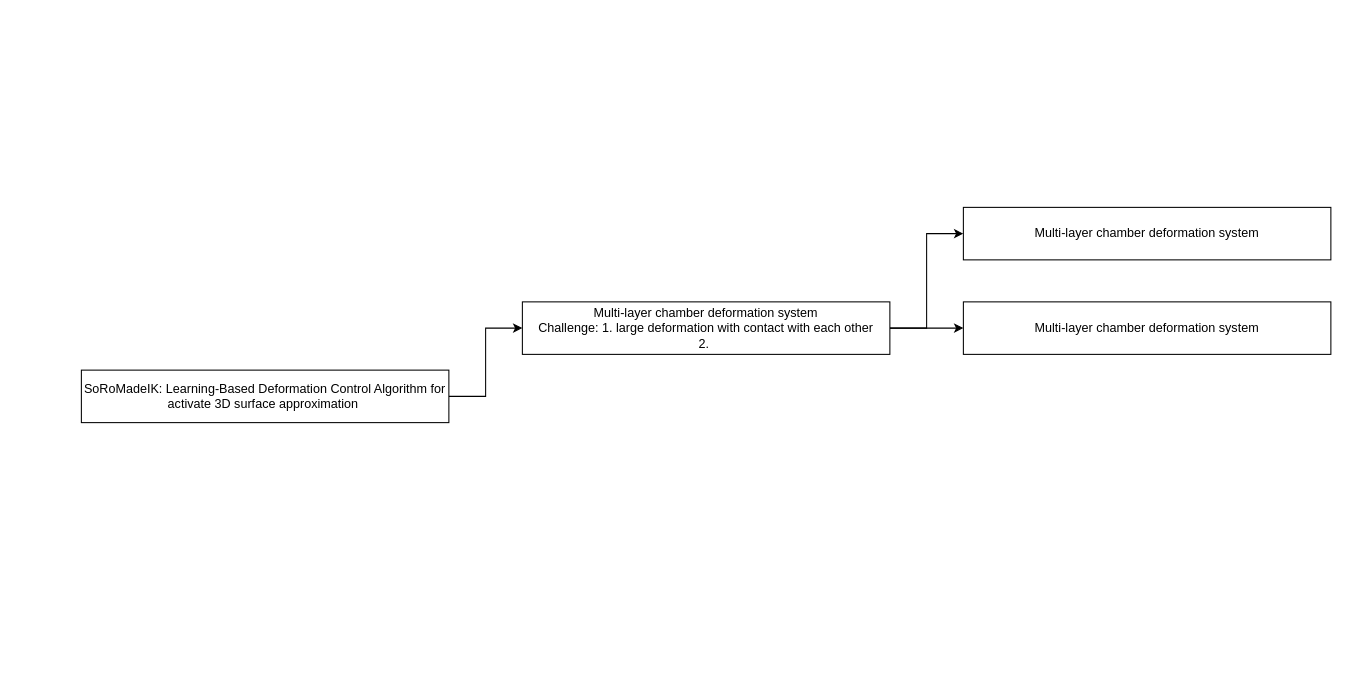
Earlier version of the draw.io diagram Untitled Diagram.drawio (YingGwan/TyporaUploadImg). Source tidied: cells renumbered, new cells numbered last; positions are measured from the earlier drawing's top-left corner, leaving out a move shared by most shapes. Both pictures are drawn from the tidied source at 105%, with x=0, y=0 at pixel (81, 207).
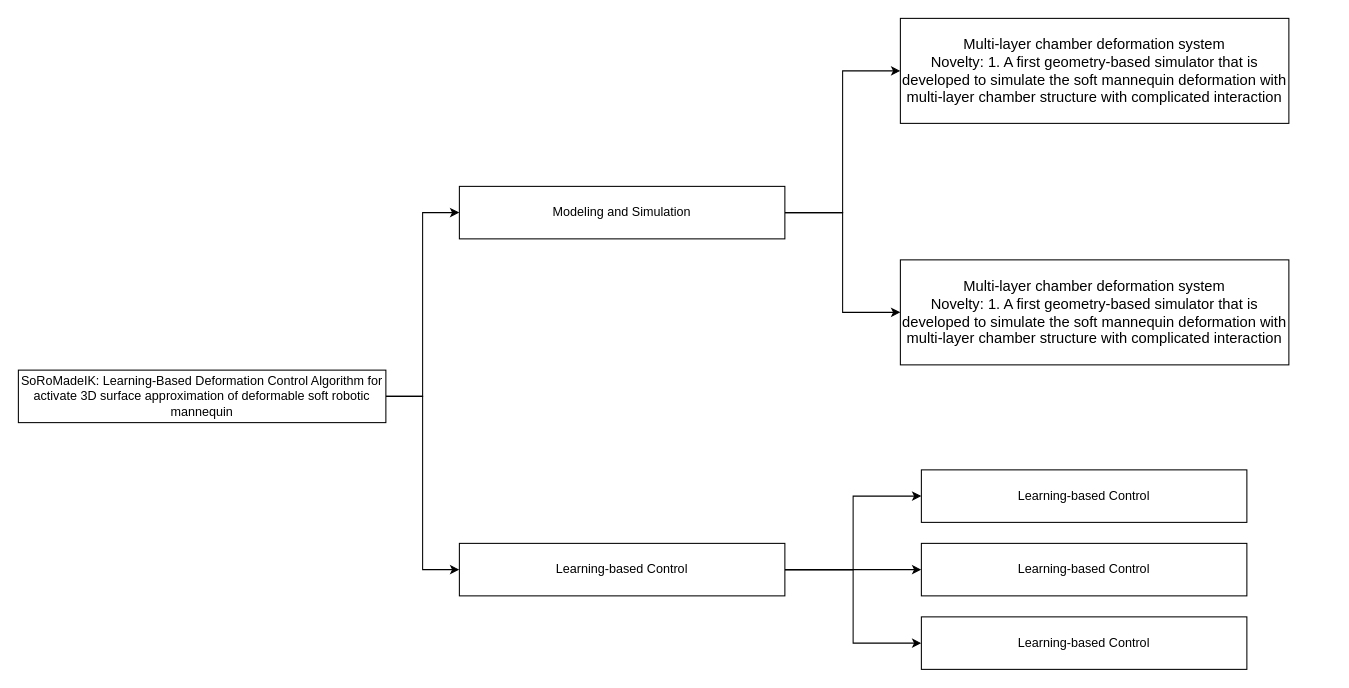
The same diagram, later.

Change to the diagram source:
```diff
@@
 <mxGraphModel>
   <root>
     <mxCell id="0" />
     <mxCell id="1" parent="0" />
-    <mxCell id="2" style="edgeStyle=orthogonalEdgeStyle;rounded=0;jettySize=auto;html=1;exitX=1;exitY=0.5;exitDx=0;exitDy=0;entryX=0;entryY=0.5;entryDx=0;entryDy=0;" parent="1" edge="1" source="3" target="6">
-      <mxGeometry relative="1" as="geometry" />
-    </mxCell>
+    <mxCell id="9" style="edgeStyle=orthogonalEdgeStyle;rounded=0;jettySize=auto;html=1;exitX=1;exitY=0.5;exitDx=0;exitDy=0;entryX=0;entryY=0.5;entryDx=0;entryDy=0;" parent="1" edge="1" source="3" target="13">
+      <mxGeometry relative="1" as="geometry" />
+    </mxCell>
+    <mxCell id="10" style="edgeStyle=orthogonalEdgeStyle;rounded=0;jettySize=auto;html=1;exitX=1;exitY=0.5;exitDx=0;exitDy=0;entryX=0;entryY=0.5;entryDx=0;entryDy=0;" parent="1" edge="1" source="3" target="18">
+      <mxGeometry relative="1" as="geometry" />
+    </mxCell>
-    <mxCell id="3" value="SoRoMadeIK: Learning-Based Deformation Control Algorithm for activate 3D surface approximation&amp;nbsp;" style="rounded=0;whiteSpace=wrap;html=1;" parent="1" vertex="1">
-      <mxGeometry y="155" width="350" height="50" as="geometry" />
+    <mxCell id="3" value="SoRoMadeIK: Learning-Based Deformation Control Algorithm for activate 3D surface approximation of deformable soft robotic mannequin" style="rounded=0;whiteSpace=wrap;html=1;" parent="1" vertex="1">
+      <mxGeometry x="-60" y="155" width="350" height="50" as="geometry" />
     </mxCell>
-    <mxCell id="4" style="edgeStyle=orthogonalEdgeStyle;rounded=0;jettySize=auto;html=1;exitX=1;exitY=0.5;exitDx=0;exitDy=0;entryX=0;entryY=0.5;entryDx=0;entryDy=0;" parent="1" edge="1" source="6" target="7">
-      <mxGeometry relative="1" as="geometry" />
-    </mxCell>
-    <mxCell id="5" style="edgeStyle=orthogonalEdgeStyle;rounded=0;jettySize=auto;html=1;exitX=1;exitY=0.5;exitDx=0;exitDy=0;" parent="1" edge="1" source="6" target="8">
-      <mxGeometry relative="1" as="geometry" />
-    </mxCell>
-    <mxCell id="6" value="Multi-layer chamber deformation system&lt;br&gt;Challenge: 1. large deformation with contact with each other&lt;br&gt;2.&amp;nbsp;" style="rounded=0;whiteSpace=wrap;html=1;" parent="1" vertex="1">
-      <mxGeometry x="420" y="90" width="350" height="50" as="geometry" />
+    <mxCell id="6" value="&lt;font style=&quot;font-size: 14px;&quot;&gt;Multi-layer chamber deformation system&lt;br&gt;Novelty: 1. A first geometry-based simulator that is developed to simulate the soft mannequin deformation with multi-layer chamber structure with complicated interaction&lt;/font&gt;" style="rounded=0;whiteSpace=wrap;html=1;" parent="1" vertex="1">
+      <mxGeometry x="780" y="-180" width="370" height="100" as="geometry" />
     </mxCell>
-    <mxCell id="7" value="Multi-layer chamber deformation system" style="rounded=0;whiteSpace=wrap;html=1;" parent="1" vertex="1">
-      <mxGeometry x="840" width="350" height="50" as="geometry" />
-    </mxCell>
-    <mxCell id="8" value="Multi-layer chamber deformation system" style="rounded=0;whiteSpace=wrap;html=1;" parent="1" vertex="1">
-      <mxGeometry x="840" y="90" width="350" height="50" as="geometry" />
-    </mxCell>
+    <mxCell id="11" style="edgeStyle=orthogonalEdgeStyle;rounded=0;jettySize=auto;html=1;entryX=0;entryY=0.5;entryDx=0;entryDy=0;" parent="1" edge="1" source="13" target="6">
+      <mxGeometry relative="1" as="geometry" />
+    </mxCell>
+    <mxCell id="12" style="edgeStyle=orthogonalEdgeStyle;rounded=0;jettySize=auto;html=1;exitX=1;exitY=0.5;exitDx=0;exitDy=0;" parent="1" edge="1" source="13" target="14">
+      <mxGeometry relative="1" as="geometry">
+        <Array as="points">
+          <mxPoint x="725" y="5" />
+          <mxPoint x="725" y="100" />
+        </Array>
+      </mxGeometry>
+    </mxCell>
+    <mxCell id="13" value="Modeling and Simulation" style="rounded=0;whiteSpace=wrap;html=1;" parent="1" vertex="1">
+      <mxGeometry x="360" y="-20" width="310" height="50" as="geometry" />
+    </mxCell>
+    <mxCell id="14" value="&lt;font style=&quot;font-size: 14px;&quot;&gt;Multi-layer chamber deformation system&lt;br&gt;Novelty: 1. A first geometry-based simulator that is developed to simulate the soft mannequin deformation with multi-layer chamber structure with complicated interaction&lt;/font&gt;" style="rounded=0;whiteSpace=wrap;html=1;" parent="1" vertex="1">
+      <mxGeometry x="780" y="50" width="370" height="100" as="geometry" />
+    </mxCell>
+    <mxCell id="15" style="edgeStyle=orthogonalEdgeStyle;rounded=0;jettySize=auto;html=1;exitX=1;exitY=0.5;exitDx=0;exitDy=0;entryX=0;entryY=0.5;entryDx=0;entryDy=0;" parent="1" edge="1" source="18" target="19">
+      <mxGeometry relative="1" as="geometry" />
+    </mxCell>
+    <mxCell id="16" style="edgeStyle=orthogonalEdgeStyle;rounded=0;jettySize=auto;html=1;exitX=1;exitY=0.5;exitDx=0;exitDy=0;entryX=0;entryY=0.5;entryDx=0;entryDy=0;" parent="1" edge="1" source="18" target="20">
+      <mxGeometry relative="1" as="geometry" />
+    </mxCell>
+    <mxCell id="17" style="edgeStyle=orthogonalEdgeStyle;rounded=0;jettySize=auto;html=1;exitX=1;exitY=0.5;exitDx=0;exitDy=0;entryX=0;entryY=0.5;entryDx=0;entryDy=0;" parent="1" edge="1" source="18" target="21">
+      <mxGeometry relative="1" as="geometry" />
+    </mxCell>
+    <mxCell id="18" value="Learning-based Control" style="rounded=0;whiteSpace=wrap;html=1;" parent="1" vertex="1">
+      <mxGeometry x="360" y="320" width="310" height="50" as="geometry" />
+    </mxCell>
+    <mxCell id="19" value="Learning-based Control" style="rounded=0;whiteSpace=wrap;html=1;" parent="1" vertex="1">
+      <mxGeometry x="800" y="250" width="310" height="50" as="geometry" />
+    </mxCell>
+    <mxCell id="20" value="Learning-based Control" style="rounded=0;whiteSpace=wrap;html=1;" parent="1" vertex="1">
+      <mxGeometry x="800" y="320" width="310" height="50" as="geometry" />
+    </mxCell>
+    <mxCell id="21" value="Learning-based Control" style="rounded=0;whiteSpace=wrap;html=1;" parent="1" vertex="1">
+      <mxGeometry x="800" y="390" width="310" height="50" as="geometry" />
+    </mxCell>
   </root>
 </mxGraphModel>
```
